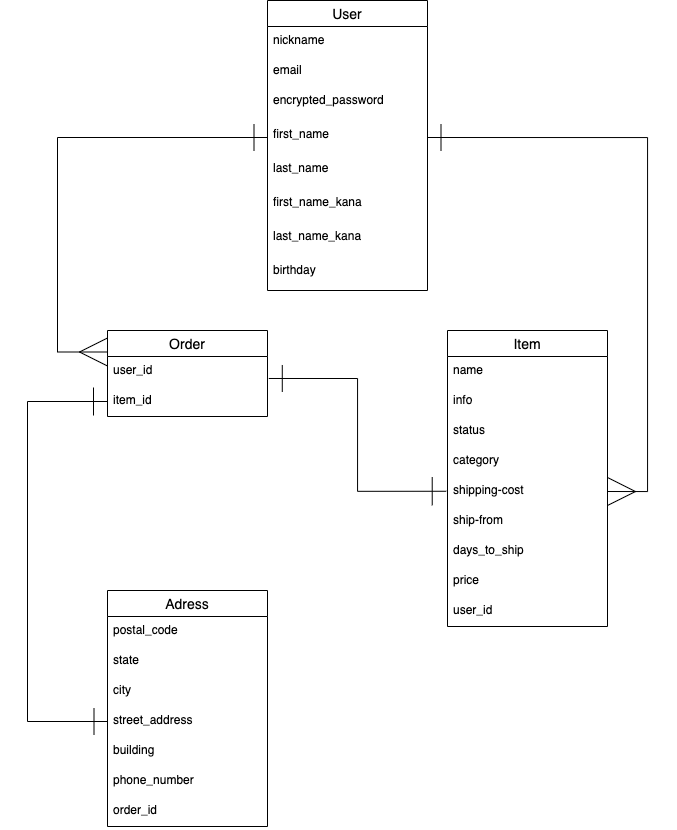
RyuseiNono/furima-26476 keeps this draw.io diagram as ERD.drawio.png. Above is the earlier version. Source tidied: cells renumbered, new cells last; positions are measured from the earlier drawing's top-left corner, leaving out a move shared by most shapes.
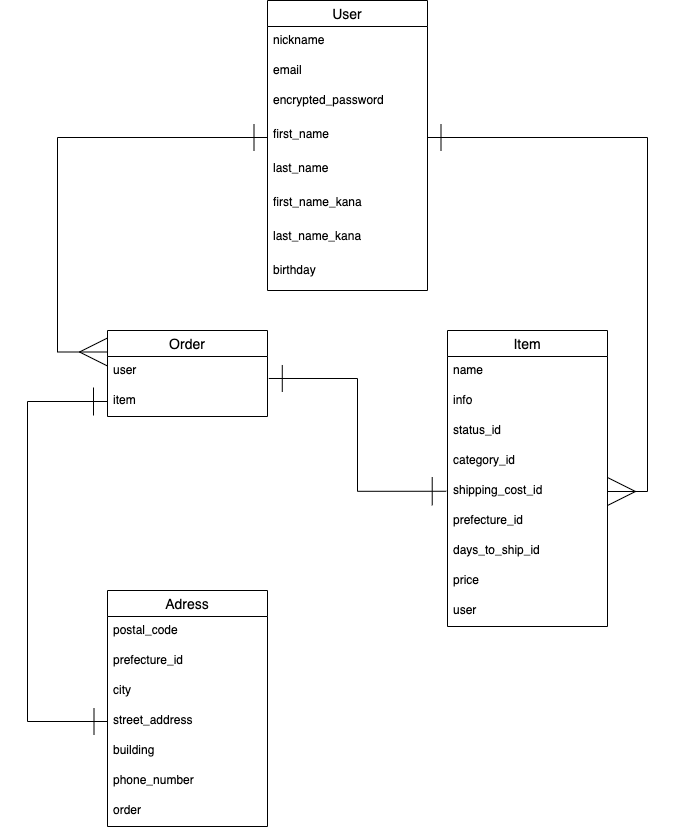
After the commit.

Diff of the diagram source:
```diff
@@ -25,7 +25,7 @@
     <mxCell id="6" value="postal_code" style="text;strokeColor=none;fillColor=none;spacingLeft=4;spacingRight=4;overflow=hidden;fontSize=12;" parent="5" vertex="1">
       <mxGeometry y="26" width="160" height="30" as="geometry" />
     </mxCell>
-    <mxCell id="7" value="state" style="text;strokeColor=none;fillColor=none;spacingLeft=4;spacingRight=4;overflow=hidden;fontSize=12;" parent="5" vertex="1">
+    <mxCell id="7" value="prefecture_id" style="text;strokeColor=none;fillColor=none;spacingLeft=4;spacingRight=4;overflow=hidden;fontSize=12;" parent="5" vertex="1">
       <mxGeometry y="56" width="160" height="30" as="geometry" />
     </mxCell>
     <mxCell id="8" value="city" style="text;strokeColor=none;fillColor=none;spacingLeft=4;spacingRight=4;overflow=hidden;fontSize=12;" parent="5" vertex="1">
@@ -40,7 +40,7 @@
     <mxCell id="11" value="phone_number" style="text;strokeColor=none;fillColor=none;spacingLeft=4;spacingRight=4;overflow=hidden;fontSize=12;" parent="5" vertex="1">
       <mxGeometry y="176" width="160" height="30" as="geometry" />
     </mxCell>
-    <mxCell id="12" value="order_id" style="text;strokeColor=none;fillColor=none;spacingLeft=4;spacingRight=4;overflow=hidden;fontSize=12;" parent="5" vertex="1">
+    <mxCell id="12" value="order" style="text;strokeColor=none;fillColor=none;spacingLeft=4;spacingRight=4;overflow=hidden;fontSize=12;" parent="5" vertex="1">
       <mxGeometry y="206" width="160" height="30" as="geometry" />
     </mxCell>
     <mxCell id="13" style="rounded=0;jettySize=auto;html=1;exitX=1.008;exitY=0.733;exitDx=0;exitDy=0;startArrow=ERone;startFill=0;startSize=25;endArrow=ERone;endFill=0;endSize=26;exitPerimeter=0;edgeStyle=orthogonalEdgeStyle;entryX=-0.008;entryY=0.492;entryDx=0;entryDy=0;entryPerimeter=0;" parent="1" edge="1" source="34" target="19">
@@ -55,25 +55,25 @@
     <mxCell id="16" value="info" style="text;strokeColor=none;fillColor=none;spacingLeft=4;spacingRight=4;overflow=hidden;fontSize=12;" parent="14" vertex="1">
       <mxGeometry y="56" width="160" height="30" as="geometry" />
     </mxCell>
-    <mxCell id="17" value="status" style="text;strokeColor=none;fillColor=none;spacingLeft=4;spacingRight=4;overflow=hidden;fontSize=12;" parent="14" vertex="1">
+    <mxCell id="17" value="status_id" style="text;strokeColor=none;fillColor=none;spacingLeft=4;spacingRight=4;overflow=hidden;fontSize=12;" parent="14" vertex="1">
       <mxGeometry y="86" width="160" height="30" as="geometry" />
     </mxCell>
-    <mxCell id="18" value="category" style="text;strokeColor=none;fillColor=none;spacingLeft=4;spacingRight=4;overflow=hidden;fontSize=12;" parent="14" vertex="1">
+    <mxCell id="18" value="category_id" style="text;strokeColor=none;fillColor=none;spacingLeft=4;spacingRight=4;overflow=hidden;fontSize=12;" parent="14" vertex="1">
       <mxGeometry y="116" width="160" height="30" as="geometry" />
     </mxCell>
-    <mxCell id="19" value="shipping-cost" style="text;strokeColor=none;fillColor=none;spacingLeft=4;spacingRight=4;overflow=hidden;points=[[0,0.5],[1,0.5]];portConstraint=eastwest;fontSize=12;" parent="14" vertex="1">
+    <mxCell id="19" value="shipping_cost_id" style="text;strokeColor=none;fillColor=none;spacingLeft=4;spacingRight=4;overflow=hidden;points=[[0,0.5],[1,0.5]];portConstraint=eastwest;fontSize=12;" parent="14" vertex="1">
       <mxGeometry y="146" width="160" height="30" as="geometry" />
     </mxCell>
-    <mxCell id="20" value="ship-from" style="text;strokeColor=none;fillColor=none;spacingLeft=4;spacingRight=4;overflow=hidden;fontSize=12;" parent="14" vertex="1">
+    <mxCell id="20" value="prefecture_id" style="text;strokeColor=none;fillColor=none;spacingLeft=4;spacingRight=4;overflow=hidden;fontSize=12;" parent="14" vertex="1">
       <mxGeometry y="176" width="160" height="30" as="geometry" />
     </mxCell>
-    <mxCell id="21" value="days_to_ship" style="text;strokeColor=none;fillColor=none;spacingLeft=4;spacingRight=4;overflow=hidden;fontSize=12;" parent="14" vertex="1">
+    <mxCell id="21" value="days_to_ship_id" style="text;strokeColor=none;fillColor=none;spacingLeft=4;spacingRight=4;overflow=hidden;fontSize=12;" parent="14" vertex="1">
       <mxGeometry y="206" width="160" height="30" as="geometry" />
     </mxCell>
     <mxCell id="22" value="price" style="text;strokeColor=none;fillColor=none;spacingLeft=4;spacingRight=4;overflow=hidden;fontSize=12;" parent="14" vertex="1">
       <mxGeometry y="236" width="160" height="30" as="geometry" />
     </mxCell>
-    <mxCell id="23" value="user_id" style="text;strokeColor=none;fillColor=none;spacingLeft=4;spacingRight=4;overflow=hidden;fontSize=12;" parent="14" vertex="1">
+    <mxCell id="23" value="user" style="text;strokeColor=none;fillColor=none;spacingLeft=4;spacingRight=4;overflow=hidden;fontSize=12;" parent="14" vertex="1">
       <mxGeometry y="266" width="160" height="30" as="geometry" />
     </mxCell>
     <mxCell id="24" value="User" style="swimlane;fontStyle=0;horizontal=1;startSize=26;align=center;fontSize=14;glass=0;swimlaneLine=1;" parent="1" vertex="1">
@@ -106,10 +106,10 @@
     <mxCell id="33" value="Order" style="swimlane;fontStyle=0;horizontal=1;startSize=26;align=center;fontSize=14;" parent="1" vertex="1">
       <mxGeometry x="80" y="330" width="160" height="86" as="geometry" />
     </mxCell>
-    <mxCell id="34" value="user_id" style="text;strokeColor=none;fillColor=none;spacingLeft=4;spacingRight=4;overflow=hidden;points=[[0,0.5],[1,0.5]];portConstraint=eastwest;fontSize=12;" parent="33" vertex="1">
+    <mxCell id="34" value="user" style="text;strokeColor=none;fillColor=none;spacingLeft=4;spacingRight=4;overflow=hidden;points=[[0,0.5],[1,0.5]];portConstraint=eastwest;fontSize=12;" parent="33" vertex="1">
       <mxGeometry y="26" width="160" height="30" as="geometry" />
     </mxCell>
-    <mxCell id="35" value="item_id" style="text;strokeColor=none;fillColor=none;spacingLeft=4;spacingRight=4;overflow=hidden;points=[[0,0.5],[1,0.5]];portConstraint=eastwest;fontSize=12;" parent="33" vertex="1">
+    <mxCell id="35" value="item" style="text;strokeColor=none;fillColor=none;spacingLeft=4;spacingRight=4;overflow=hidden;points=[[0,0.5],[1,0.5]];portConstraint=eastwest;fontSize=12;" parent="33" vertex="1">
       <mxGeometry y="56" width="160" height="30" as="geometry" />
     </mxCell>
   </root>
```
